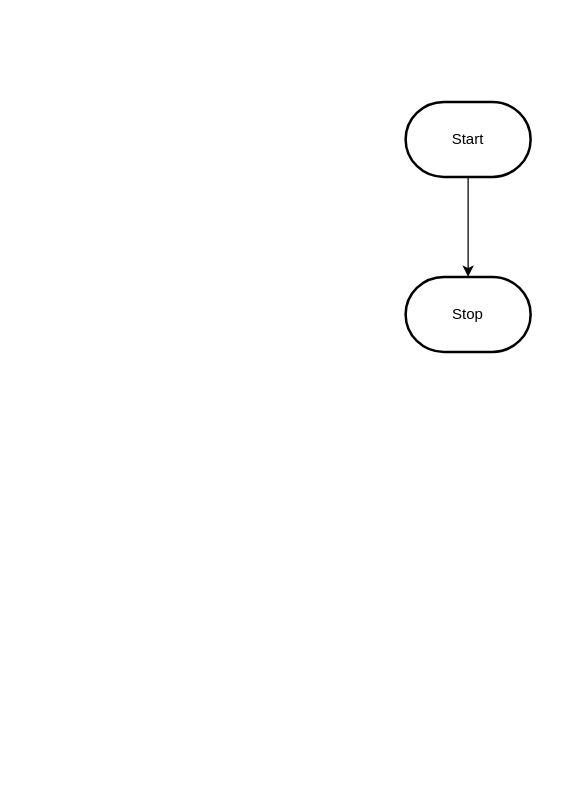
Before: design/flowchart.drawio in MTHS-TEJ2O-1-2023/TEJ2O-Unit-2-14-michael-bruneau, a draw.io diagram. Source tidied: cells renumbered, new cells numbered last; positions are measured from the earlier drawing's top-left corner, leaving out a move shared by most shapes. Both pictures are drawn from the tidied source at 125%, with x=0, y=0 at pixel (405, 101).
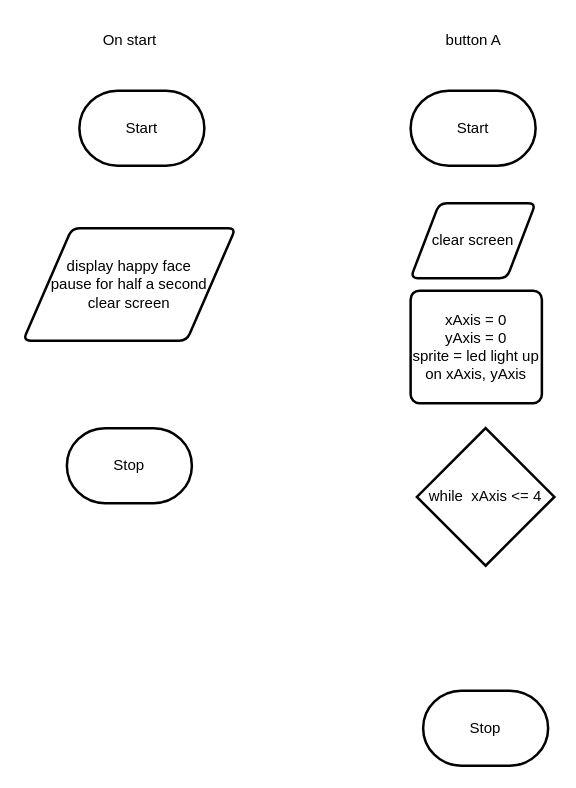
Above is the later version.

The edit, as a diff of the source:
```diff
@@
 <mxGraphModel>
   <root>
     <mxCell id="0" />
     <mxCell id="1" parent="0" />
-    <mxCell id="2" style="edgeStyle=orthogonalEdgeStyle;html=1;rounded=0;" parent="1" edge="1" source="3" target="4">
-      <mxGeometry relative="1" as="geometry" />
-    </mxCell>
     <mxCell id="3" value="Start" style="strokeWidth=2;html=1;shape=mxgraph.flowchart.terminator;whiteSpace=wrap;" parent="1" vertex="1">
-      <mxGeometry width="100" height="60" as="geometry" />
+      <mxGeometry x="-261" y="-9" width="100" height="60" as="geometry" />
     </mxCell>
     <mxCell id="4" value="Stop" style="strokeWidth=2;html=1;shape=mxgraph.flowchart.terminator;whiteSpace=wrap;" parent="1" vertex="1">
-      <mxGeometry y="140" width="100" height="60" as="geometry" />
+      <mxGeometry x="-271" y="261" width="100" height="60" as="geometry" />
     </mxCell>
+    <mxCell id="2" value="display happy face&lt;br&gt;pause for half a second&lt;br&gt;clear screen" style="shape=parallelogram;html=1;strokeWidth=2;perimeter=parallelogramPerimeter;whiteSpace=wrap;rounded=1;arcSize=12;size=0.23;" parent="1" vertex="1">
+      <mxGeometry x="-306" y="101" width="170" height="90" as="geometry" />
+    </mxCell>
+    <mxCell id="5" value="On start" style="text;html=1;align=center;verticalAlign=middle;strokeColor=none;fillColor=none;" parent="1" vertex="1">
+      <mxGeometry x="-256" y="-64" width="70" height="30" as="geometry" />
+    </mxCell>
+    <mxCell id="6" value="Start" style="strokeWidth=2;html=1;shape=mxgraph.flowchart.terminator;whiteSpace=wrap;" parent="1" vertex="1">
+      <mxGeometry x="4" y="-9" width="100" height="60" as="geometry" />
+    </mxCell>
+    <mxCell id="7" value="Stop" style="strokeWidth=2;html=1;shape=mxgraph.flowchart.terminator;whiteSpace=wrap;" parent="1" vertex="1">
+      <mxGeometry x="14" y="471" width="100" height="60" as="geometry" />
+    </mxCell>
+    <mxCell id="8" value="button A" style="text;html=1;align=center;verticalAlign=middle;strokeColor=none;fillColor=none;" parent="1" vertex="1">
+      <mxGeometry x="19" y="-64" width="70" height="30" as="geometry" />
+    </mxCell>
+    <mxCell id="9" value="clear screen" style="shape=parallelogram;html=1;strokeWidth=2;perimeter=parallelogramPerimeter;whiteSpace=wrap;rounded=1;arcSize=12;size=0.23;" parent="1" vertex="1">
+      <mxGeometry x="4" y="81" width="100" height="60" as="geometry" />
+    </mxCell>
+    <mxCell id="10" value="xAxis = 0&lt;br&gt;yAxis = 0&lt;br&gt;sprite = led light up on xAxis, yAxis" style="rounded=1;whiteSpace=wrap;html=1;absoluteArcSize=1;arcSize=14;strokeWidth=2;" parent="1" vertex="1">
+      <mxGeometry x="4" y="151" width="105" height="90" as="geometry" />
+    </mxCell>
+    <mxCell id="11" value="while&amp;nbsp; xAxis &amp;lt;= 4" style="strokeWidth=2;html=1;shape=mxgraph.flowchart.decision;whiteSpace=wrap;" parent="1" vertex="1">
+      <mxGeometry x="9" y="261" width="110" height="110" as="geometry" />
+    </mxCell>
   </root>
 </mxGraphModel>
```
